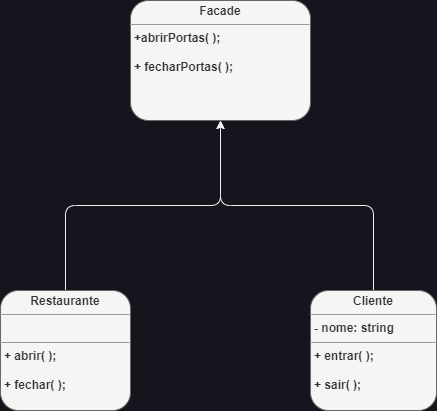
Before: Engenharia de Software 3/Facade/UML/Facade.png, a diagram exported from draw.io (RenanVitor/Bertoti). Source tidied: cells renumbered, new cells last; positions are measured from the earlier drawing's top-left corner, leaving out a move shared by most shapes.
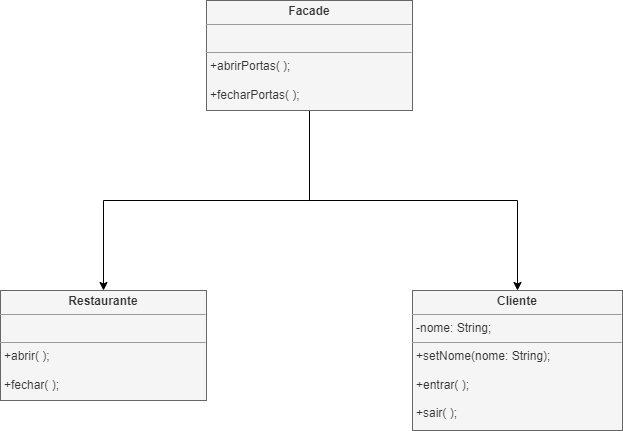
After the change.

The edit, as a diff of the source:
```diff
@@ -2,20 +2,20 @@
   <root>
     <mxCell id="0" />
     <mxCell id="1" parent="0" />
-    <mxCell id="2" value="&lt;p style=&quot;margin:0px;margin-top:4px;text-align:center;&quot;&gt;&lt;b&gt;Facade&lt;/b&gt;&lt;/p&gt;&lt;hr size=&quot;1&quot;&gt;&lt;p style=&quot;margin:0px;margin-left:4px;&quot;&gt;&lt;b&gt;+abrirPortas( );&lt;/b&gt;&lt;/p&gt;&lt;p style=&quot;margin:0px;margin-left:4px;&quot;&gt;&lt;b&gt;&lt;br&gt;&lt;/b&gt;&lt;/p&gt;&lt;p style=&quot;margin:0px;margin-left:4px;&quot;&gt;&lt;b&gt;+ fecharPortas( );&lt;/b&gt;&lt;/p&gt;" style="verticalAlign=top;align=left;overflow=fill;fontSize=12;fontFamily=Helvetica;html=1;whiteSpace=wrap;labelBackgroundColor=none;rounded=1;fillColor=#f5f5f5;fontColor=#333333;strokeColor=#666666;" parent="1" vertex="1">
-      <mxGeometry x="130" width="180" height="120" as="geometry" />
-    </mxCell>
-    <mxCell id="3" style="edgeStyle=orthogonalEdgeStyle;rounded=1;jettySize=auto;html=1;entryX=0.5;entryY=1;entryDx=0;entryDy=0;" parent="1" edge="1" source="4" target="2">
-      <mxGeometry relative="1" as="geometry" />
-    </mxCell>
-    <mxCell id="4" value="&lt;p style=&quot;margin:0px;margin-top:4px;text-align:center;&quot;&gt;&lt;b&gt;Cliente&lt;/b&gt;&lt;/p&gt;&lt;hr size=&quot;1&quot;&gt;&lt;p style=&quot;margin:0px;margin-left:4px;&quot;&gt;&lt;b&gt;- nome: string&lt;/b&gt;&lt;/p&gt;&lt;hr size=&quot;1&quot;&gt;&lt;p style=&quot;margin:0px;margin-left:4px;&quot;&gt;&lt;b&gt;+ entrar( );&lt;/b&gt;&lt;/p&gt;&lt;p style=&quot;margin:0px;margin-left:4px;&quot;&gt;&lt;b&gt;&lt;br&gt;&lt;/b&gt;&lt;/p&gt;&lt;p style=&quot;margin:0px;margin-left:4px;&quot;&gt;&lt;b&gt;+ sair( );&lt;/b&gt;&lt;/p&gt;" style="verticalAlign=top;align=left;overflow=fill;fontSize=12;fontFamily=Helvetica;html=1;whiteSpace=wrap;labelBackgroundColor=none;rounded=1;fillColor=#f5f5f5;fontColor=#333333;strokeColor=#666666;" parent="1" vertex="1">
-      <mxGeometry x="310" y="290" width="126" height="120" as="geometry" />
-    </mxCell>
-    <mxCell id="5" style="edgeStyle=orthogonalEdgeStyle;rounded=1;jettySize=auto;html=1;entryX=0.5;entryY=1;entryDx=0;entryDy=0;" parent="1" edge="1" source="6" target="2">
-      <mxGeometry relative="1" as="geometry" />
-    </mxCell>
-    <mxCell id="6" value="&lt;p style=&quot;margin:0px;margin-top:4px;text-align:center;&quot;&gt;&lt;b&gt;Restaurante&lt;/b&gt;&lt;/p&gt;&lt;hr size=&quot;1&quot;&gt;&lt;p style=&quot;margin:0px;margin-left:4px;&quot;&gt;&lt;b&gt;&lt;br&gt;&lt;/b&gt;&lt;/p&gt;&lt;hr size=&quot;1&quot;&gt;&lt;p style=&quot;margin:0px;margin-left:4px;&quot;&gt;&lt;b&gt;+ abrir( );&lt;/b&gt;&lt;/p&gt;&lt;p style=&quot;margin:0px;margin-left:4px;&quot;&gt;&lt;b&gt;&lt;br&gt;&lt;/b&gt;&lt;/p&gt;&lt;p style=&quot;margin:0px;margin-left:4px;&quot;&gt;&lt;b&gt;+ fechar( );&lt;/b&gt;&lt;/p&gt;" style="verticalAlign=top;align=left;overflow=fill;fontSize=12;fontFamily=Helvetica;html=1;whiteSpace=wrap;labelBackgroundColor=none;rounded=1;fillColor=#f5f5f5;fontColor=#333333;strokeColor=#666666;" parent="1" vertex="1">
-      <mxGeometry y="290" width="130" height="120" as="geometry" />
-    </mxCell>
+    <mxCell id="7" style="edgeStyle=orthogonalEdgeStyle;rounded=0;jettySize=auto;html=1;exitX=0.5;exitY=1;exitDx=0;exitDy=0;entryX=0.5;entryY=0;entryDx=0;entryDy=0;" parent="1" edge="1" source="9" target="11">
+      <mxGeometry relative="1" as="geometry" />
+    </mxCell>
+    <mxCell id="8" style="edgeStyle=orthogonalEdgeStyle;rounded=0;jettySize=auto;html=1;exitX=0.5;exitY=1;exitDx=0;exitDy=0;entryX=0.5;entryY=0;entryDx=0;entryDy=0;" parent="1" edge="1" source="9" target="10">
+      <mxGeometry relative="1" as="geometry" />
+    </mxCell>
+    <mxCell id="9" value="&lt;p style=&quot;margin:0px;margin-top:4px;text-align:center;&quot;&gt;&lt;b&gt;Facade&lt;/b&gt;&lt;/p&gt;&lt;hr size=&quot;1&quot;&gt;&lt;p style=&quot;margin:0px;margin-left:4px;&quot;&gt;&lt;br&gt;&lt;/p&gt;&lt;hr size=&quot;1&quot;&gt;&lt;p style=&quot;margin:0px;margin-left:4px;&quot;&gt;+abrirPortas( );&lt;br&gt;&lt;/p&gt;&lt;p style=&quot;margin:0px;margin-left:4px;&quot;&gt;&lt;br&gt;&lt;/p&gt;&lt;p style=&quot;margin:0px;margin-left:4px;&quot;&gt;+fecharPortas( );&lt;/p&gt;" style="verticalAlign=top;align=left;overflow=fill;fontSize=12;fontFamily=Helvetica;html=1;whiteSpace=wrap;fillColor=#f5f5f5;fontColor=#333333;strokeColor=#666666;" parent="1" vertex="1">
+      <mxGeometry x="120" y="40" width="206" height="110" as="geometry" />
+    </mxCell>
+    <mxCell id="10" value="&lt;p style=&quot;margin:0px;margin-top:4px;text-align:center;&quot;&gt;&lt;b&gt;Cliente&lt;/b&gt;&lt;/p&gt;&lt;hr size=&quot;1&quot;&gt;&lt;p style=&quot;margin:0px;margin-left:4px;&quot;&gt;-nome: String;&lt;/p&gt;&lt;hr size=&quot;1&quot;&gt;&lt;p style=&quot;margin:0px;margin-left:4px;&quot;&gt;+setNome(nome: String);&lt;/p&gt;&lt;p style=&quot;margin:0px;margin-left:4px;&quot;&gt;&lt;br&gt;&lt;/p&gt;&lt;p style=&quot;margin:0px;margin-left:4px;&quot;&gt;+entrar( );&lt;br&gt;&lt;/p&gt;&lt;p style=&quot;margin:0px;margin-left:4px;&quot;&gt;&lt;br&gt;&lt;/p&gt;&lt;p style=&quot;margin:0px;margin-left:4px;&quot;&gt;+sair( );&lt;/p&gt;" style="verticalAlign=top;align=left;overflow=fill;fontSize=12;fontFamily=Helvetica;html=1;whiteSpace=wrap;fillColor=#f5f5f5;fontColor=#333333;strokeColor=#666666;" parent="1" vertex="1">
+      <mxGeometry x="326" y="330" width="210" height="140" as="geometry" />
+    </mxCell>
+    <mxCell id="11" value="&lt;p style=&quot;margin:0px;margin-top:4px;text-align:center;&quot;&gt;&lt;b&gt;Restaurante&lt;/b&gt;&lt;/p&gt;&lt;hr size=&quot;1&quot;&gt;&lt;p style=&quot;margin:0px;margin-left:4px;&quot;&gt;&lt;br&gt;&lt;/p&gt;&lt;hr size=&quot;1&quot;&gt;&lt;p style=&quot;margin:0px;margin-left:4px;&quot;&gt;+abrir( );&lt;br&gt;&lt;/p&gt;&lt;p style=&quot;margin:0px;margin-left:4px;&quot;&gt;&lt;br&gt;&lt;/p&gt;&lt;p style=&quot;margin:0px;margin-left:4px;&quot;&gt;+fechar( );&lt;/p&gt;" style="verticalAlign=top;align=left;overflow=fill;fontSize=12;fontFamily=Helvetica;html=1;whiteSpace=wrap;fillColor=#f5f5f5;fontColor=#333333;strokeColor=#666666;" parent="1" vertex="1">
+      <mxGeometry x="-86" y="330" width="206" height="110" as="geometry" />
+    </mxCell>
   </root>
 </mxGraphModel>
```
